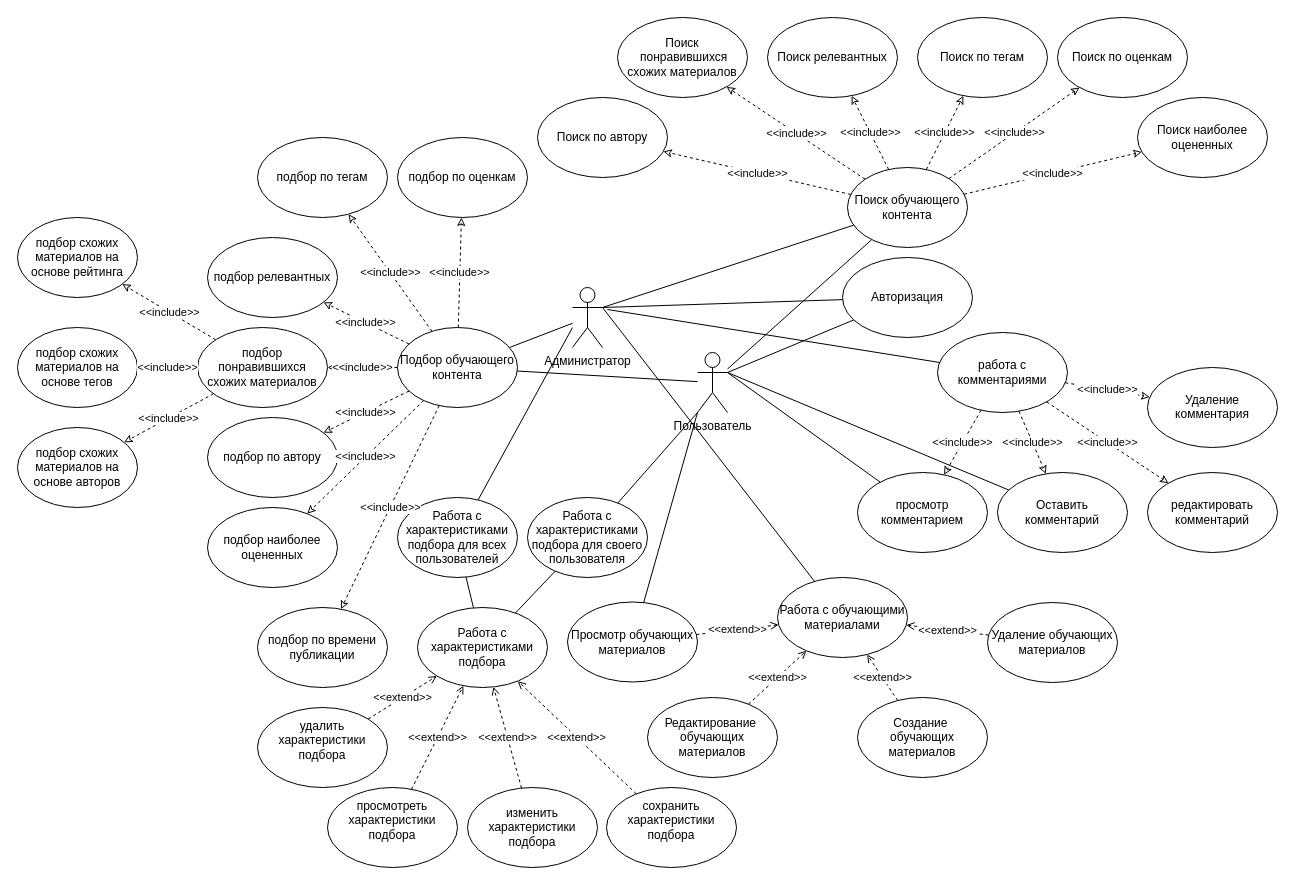
This is usecase.drawio from EgorKrs/Asmodeus_app, a draw.io file, before an edit. Source tidied: cells renumbered, new cells numbered last; positions are measured from the earlier drawing's top-left corner, leaving out a move shared by most shapes. Both pictures are drawn from the tidied source at 100%, with x=0, y=0 at pixel (17, 17).
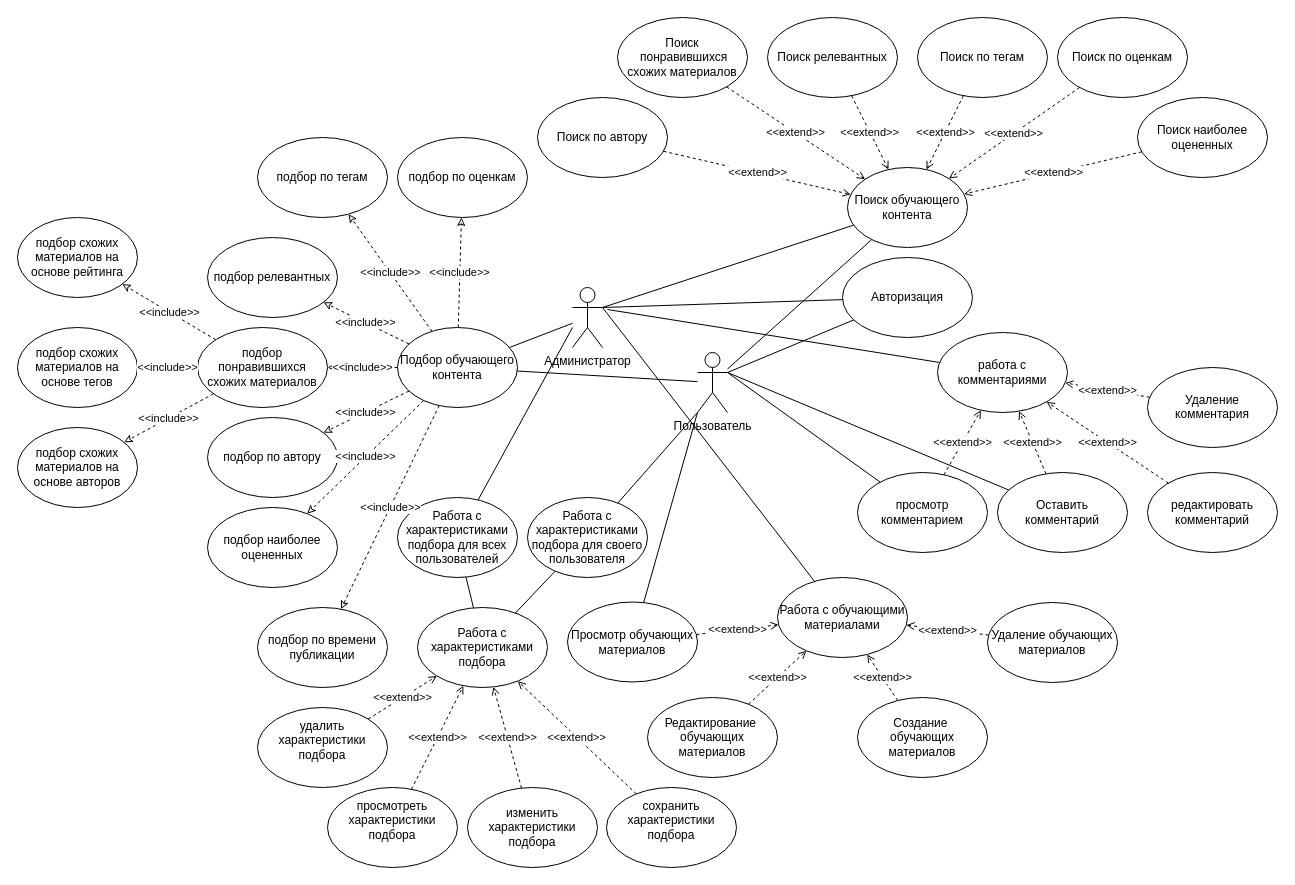
After the change.

The change refers to these unchanged cells:
```xml
<mxCell id="2" value="редактировать комментарий" style="ellipse;whiteSpace=wrap;html=1;" parent="1" vertex="1">
  <mxGeometry x="1130" y="455" width="130" height="80" as="geometry" />
</mxCell>
<mxCell id="3" value="просмотр комментарием" style="ellipse;whiteSpace=wrap;html=1;" parent="1" vertex="1">
  <mxGeometry x="840" y="455" width="130" height="80" as="geometry" />
</mxCell>
<mxCell id="4" value="Оставить комментарий" style="ellipse;whiteSpace=wrap;html=1;" parent="1" vertex="1">
  <mxGeometry x="980" y="455" width="130" height="80" as="geometry" />
</mxCell>
<mxCell id="5" value="работа с комментариями" style="ellipse;whiteSpace=wrap;html=1;" parent="1" vertex="1">
  <mxGeometry x="920" y="315" width="130" height="80" as="geometry" />
</mxCell>
<mxCell id="6" value="Удаление комментария&lt;font color=&quot;rgba(0, 0, 0, 0)&quot; face=&quot;monospace&quot;&gt;&lt;span style=&quot;font-size: 0px&quot;&gt;комментак&lt;/span&gt;&lt;/font&gt;" style="ellipse;whiteSpace=wrap;html=1;" parent="1" vertex="1">
  <mxGeometry x="1130" y="350" width="130" height="80" as="geometry" />
</mxCell>
<mxCell id="26" value="Поиск обучающего контента" style="ellipse;whiteSpace=wrap;html=1;" parent="1" vertex="1">
  <mxGeometry x="830" y="150" width="120" height="80" as="geometry" />
</mxCell>
<mxCell id="27" value="Поиск&lt;br&gt;&amp;nbsp;понравившихся схожих материалов" style="ellipse;whiteSpace=wrap;html=1;" parent="1" vertex="1">
  <mxGeometry x="600" width="130" height="80" as="geometry" />
</mxCell>
<mxCell id="28" value="Поиск&amp;nbsp;по автору" style="ellipse;whiteSpace=wrap;html=1;" parent="1" vertex="1">
  <mxGeometry x="520" y="80" width="130" height="80" as="geometry" />
</mxCell>
<mxCell id="29" value="Поиск&amp;nbsp;наиболее оцененных" style="ellipse;whiteSpace=wrap;html=1;" parent="1" vertex="1">
  <mxGeometry x="1120" y="80" width="130" height="80" as="geometry" />
</mxCell>
<mxCell id="30" value="Поиск&amp;nbsp;релевантных" style="ellipse;whiteSpace=wrap;html=1;" parent="1" vertex="1">
  <mxGeometry x="750" width="130" height="80" as="geometry" />
</mxCell>
<mxCell id="31" value="Поиск&amp;nbsp;по тегам" style="ellipse;whiteSpace=wrap;html=1;" parent="1" vertex="1">
  <mxGeometry x="900" width="130" height="80" as="geometry" />
</mxCell>
<mxCell id="32" value="Поиск&amp;nbsp;по оценкам" style="ellipse;whiteSpace=wrap;html=1;" parent="1" vertex="1">
  <mxGeometry x="1040" width="130" height="80" as="geometry" />
</mxCell>
```

Diff of the diagram source:
```diff
@@
-    <mxCell id="63" value="&amp;lt;&amp;lt;include&amp;gt;&amp;gt;" style="endArrow=classic;html=1;dashed=1;endFill=0;" parent="1" edge="1" source="26" target="28">
-      <mxGeometry relative="1" as="geometry" />
-    </mxCell>
-    <mxCell id="64" value="&amp;lt;&amp;lt;include&amp;gt;&amp;gt;" style="endArrow=classic;html=1;dashed=1;endFill=0;" parent="1" edge="1" source="26" target="27">
-      <mxGeometry relative="1" as="geometry" />
-    </mxCell>
-    <mxCell id="65" value="&amp;lt;&amp;lt;include&amp;gt;&amp;gt;" style="endArrow=classic;html=1;dashed=1;endFill=0;" parent="1" edge="1" source="26" target="30">
-      <mxGeometry relative="1" as="geometry" />
-    </mxCell>
-    <mxCell id="66" value="&amp;lt;&amp;lt;include&amp;gt;&amp;gt;" style="endArrow=classic;html=1;dashed=1;endFill=0;" parent="1" edge="1" source="26" target="31">
-      <mxGeometry relative="1" as="geometry" />
-    </mxCell>
-    <mxCell id="67" value="&amp;lt;&amp;lt;include&amp;gt;&amp;gt;" style="endArrow=classic;html=1;dashed=1;endFill=0;" parent="1" edge="1" source="26" target="32">
-      <mxGeometry relative="1" as="geometry" />
-    </mxCell>
-    <mxCell id="68" value="&amp;lt;&amp;lt;include&amp;gt;&amp;gt;" style="endArrow=classic;html=1;dashed=1;endFill=0;" parent="1" edge="1" source="26" target="29">
-      <mxGeometry relative="1" as="geometry" />
-    </mxCell>
@@
-    <mxCell id="79" value="&amp;lt;&amp;lt;include&amp;gt;&amp;gt;" style="endArrow=classic;html=1;dashed=1;endFill=0;" parent="1" edge="1" source="5" target="3">
-      <mxGeometry relative="1" as="geometry" />
-    </mxCell>
-    <mxCell id="80" value="&amp;lt;&amp;lt;include&amp;gt;&amp;gt;" style="endArrow=classic;html=1;dashed=1;endFill=0;" parent="1" edge="1" source="5" target="4">
-      <mxGeometry relative="1" as="geometry" />
-    </mxCell>
-    <mxCell id="81" value="&amp;lt;&amp;lt;include&amp;gt;&amp;gt;" style="endArrow=classic;html=1;dashed=1;endFill=0;" parent="1" edge="1" source="5" target="2">
-      <mxGeometry relative="1" as="geometry" />
-    </mxCell>
-    <mxCell id="82" value="&amp;lt;&amp;lt;include&amp;gt;&amp;gt;" style="endArrow=classic;html=1;dashed=1;endFill=0;" parent="1" edge="1" source="5" target="6">
-      <mxGeometry relative="1" as="geometry" />
-    </mxCell>
+    <mxCell id="83" value="&amp;lt;&amp;lt;extend&amp;gt;&amp;gt;" style="endArrow=open;html=1;dashed=1;endFill=0;" parent="1" edge="1" source="3" target="5">
+      <mxGeometry relative="1" as="geometry" />
+    </mxCell>
+    <mxCell id="84" value="&amp;lt;&amp;lt;extend&amp;gt;&amp;gt;" style="endArrow=open;html=1;dashed=1;endFill=0;" parent="1" edge="1" source="4" target="5">
+      <mxGeometry relative="1" as="geometry" />
+    </mxCell>
+    <mxCell id="85" value="&amp;lt;&amp;lt;extend&amp;gt;&amp;gt;" style="endArrow=open;html=1;dashed=1;endFill=0;" parent="1" edge="1" source="2" target="5">
+      <mxGeometry relative="1" as="geometry" />
+    </mxCell>
+    <mxCell id="86" value="&amp;lt;&amp;lt;extend&amp;gt;&amp;gt;" style="endArrow=open;html=1;dashed=1;endFill=0;" parent="1" edge="1" source="6" target="5">
+      <mxGeometry relative="1" as="geometry" />
+    </mxCell>
+    <mxCell id="87" value="&amp;lt;&amp;lt;extend&amp;gt;&amp;gt;" style="endArrow=open;html=1;dashed=1;endFill=0;" parent="1" edge="1" source="28" target="26">
+      <mxGeometry relative="1" as="geometry" />
+    </mxCell>
+    <mxCell id="88" value="&amp;lt;&amp;lt;extend&amp;gt;&amp;gt;" style="endArrow=open;html=1;dashed=1;endFill=0;" parent="1" edge="1" source="27" target="26">
+      <mxGeometry relative="1" as="geometry" />
+    </mxCell>
+    <mxCell id="89" value="&amp;lt;&amp;lt;extend&amp;gt;&amp;gt;" style="endArrow=open;html=1;dashed=1;endFill=0;" parent="1" edge="1" source="30" target="26">
+      <mxGeometry relative="1" as="geometry" />
+    </mxCell>
+    <mxCell id="90" value="&amp;lt;&amp;lt;extend&amp;gt;&amp;gt;" style="endArrow=open;html=1;dashed=1;endFill=0;" parent="1" edge="1" source="31" target="26">
+      <mxGeometry relative="1" as="geometry" />
+    </mxCell>
+    <mxCell id="91" value="&amp;lt;&amp;lt;extend&amp;gt;&amp;gt;" style="endArrow=open;html=1;dashed=1;endFill=0;" parent="1" edge="1" source="32" target="26">
+      <mxGeometry relative="1" as="geometry" />
+    </mxCell>
+    <mxCell id="92" value="&amp;lt;&amp;lt;extend&amp;gt;&amp;gt;" style="endArrow=open;html=1;dashed=1;endFill=0;" parent="1" edge="1" source="29" target="26">
+      <mxGeometry relative="1" as="geometry" />
+    </mxCell>
```
